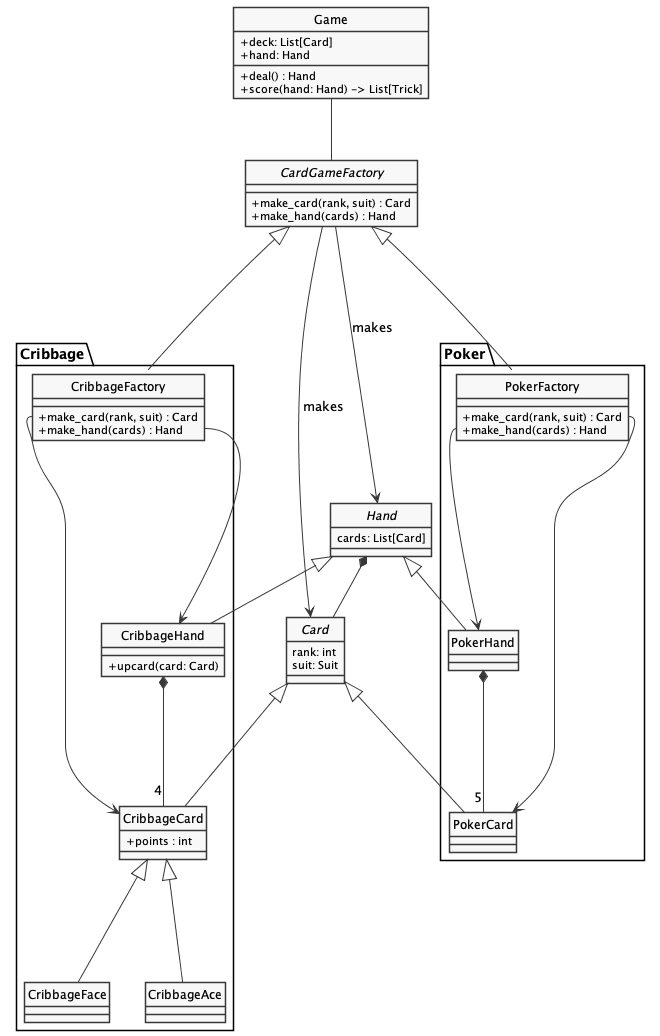
The PlantUML diagram ch_12/docs/abstract_factory-classes.png in PacktPublishing/Python-Object-Oriented-Programming---4th-edition, before a commit. Its diagram source:
```plantuml
@startuml abstract_factory-classes.png
skinparam monochrome true
skinparam handwritten false
skinparam shadowing false
skinparam classAttributeIconSize 0
hide class circle
hide abstract circle

class Game {
  + deck: List[Card]
  + hand: Hand
  + deal() : Hand
  + score(hand: Hand) -> List[Trick]
}

abstract class CardGameFactory {
    + make_card(rank, suit) : Card
    + make_hand(cards) : Hand
}

abstract class Card {
    rank: int
    suit: Suit
}

abstract class Hand {
    cards: List[Card]
}

Game -- CardGameFactory

CardGameFactory -> Card : "makes"
CardGameFactory -> Hand : "makes"

Hand *-- Card

package "Cribbage" {

    class CribbageFactory {
        + make_card(rank, suit) : Card
        + make_hand(cards) : Hand
    }
    CardGameFactory <|--- CribbageFactory

    class CribbageCard {
        + points : int
    }
    class CribbageFace {}
    class CribbageAce {}
    class CribbageHand {
        + upcard(card: Card)
    }

    Card <|-- CribbageCard
    CribbageCard <|-- CribbageFace
    CribbageCard <|-- CribbageAce
    Hand <|-- CribbageHand

    CribbageFactory::make_card --> CribbageCard
    CribbageFactory::make_hand --> CribbageHand

    CribbageHand *-- "4" CribbageCard
}


package "Poker" {

    class PokerFactory {
        + make_card(rank, suit) : Card
        + make_hand(cards) : Hand
    }
    CardGameFactory <|--- PokerFactory

    class PokerCard {}
    class PokerHand {}

    Card <|-- PokerCard
    Hand <|-- PokerHand

    PokerFactory::make_card --> PokerCard
    PokerFactory::make_hand --> PokerHand

    PokerHand *-- "5" PokerCard
}

@enduml
```
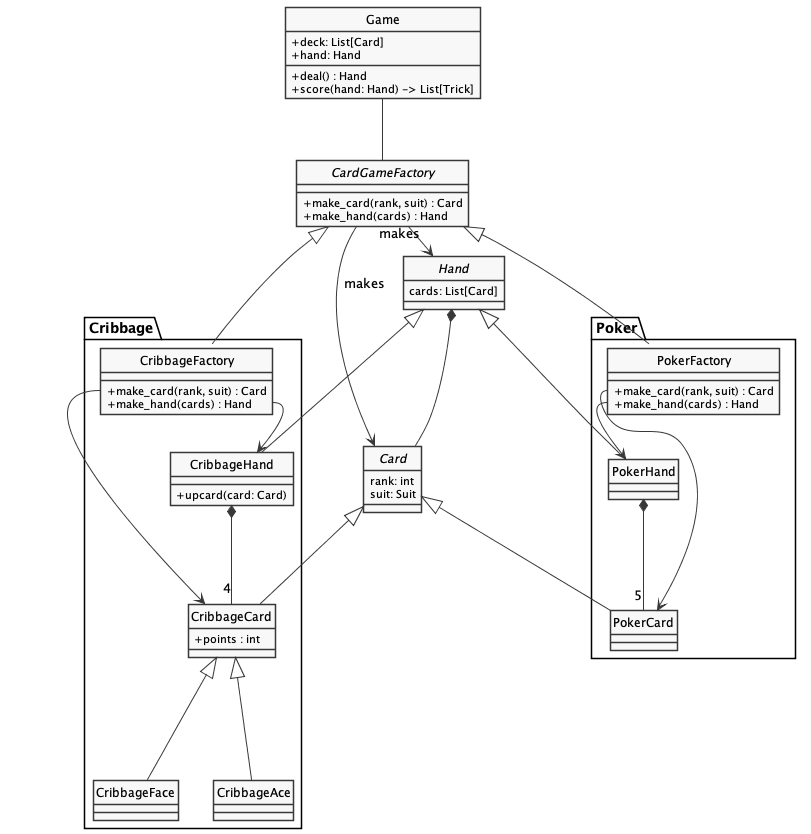
Later version of the same file.

The edit, as a diff of the source:
```diff
@@ -40,7 +40,7 @@
         + make_card(rank, suit) : Card
         + make_hand(cards) : Hand
     }
-    CardGameFactory <|--- CribbageFactory
+    CardGameFactory <|-- CribbageFactory
 
     class CribbageCard {
         + points : int
@@ -57,9 +57,9 @@
     Hand <|-- CribbageHand
 
     CribbageFactory::make_card --> CribbageCard
-    CribbageFactory::make_hand --> CribbageHand
+    CribbageFactory::make_hand -> CribbageHand
 
-    CribbageHand *-- "4" CribbageCard
+    CribbageHand *- "4" CribbageCard
 }
 
 
@@ -69,7 +69,7 @@
         + make_card(rank, suit) : Card
         + make_hand(cards) : Hand
     }
-    CardGameFactory <|--- PokerFactory
+    CardGameFactory <|-- PokerFactory
 
     class PokerCard {}
     class PokerHand {}
@@ -78,9 +78,9 @@
     Hand <|-- PokerHand
 
     PokerFactory::make_card --> PokerCard
-    PokerFactory::make_hand --> PokerHand
+    PokerFactory::make_hand -> PokerHand
 
-    PokerHand *-- "5" PokerCard
+    PokerHand *- "5" PokerCard
 }
 
 @enduml
```
